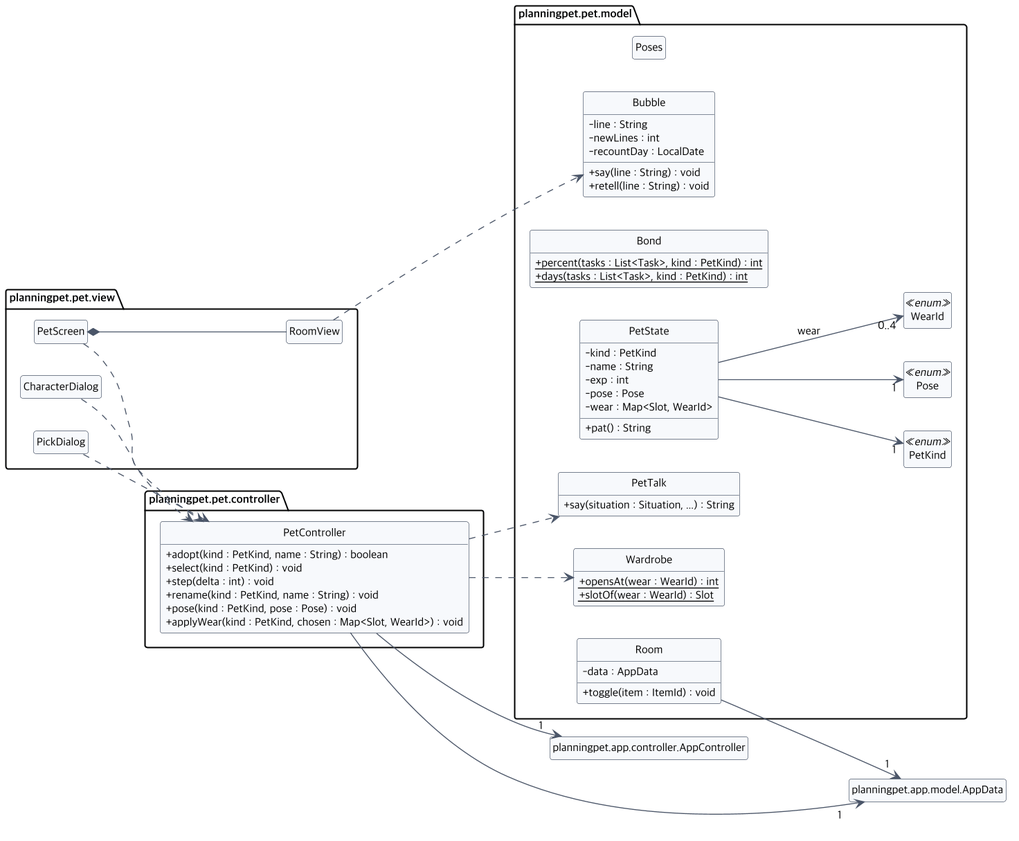
Before: docs/diagrams/class-pet.png, a diagram exported from PlantUML (2026-2-software-system-design-11/planning-pet-app).
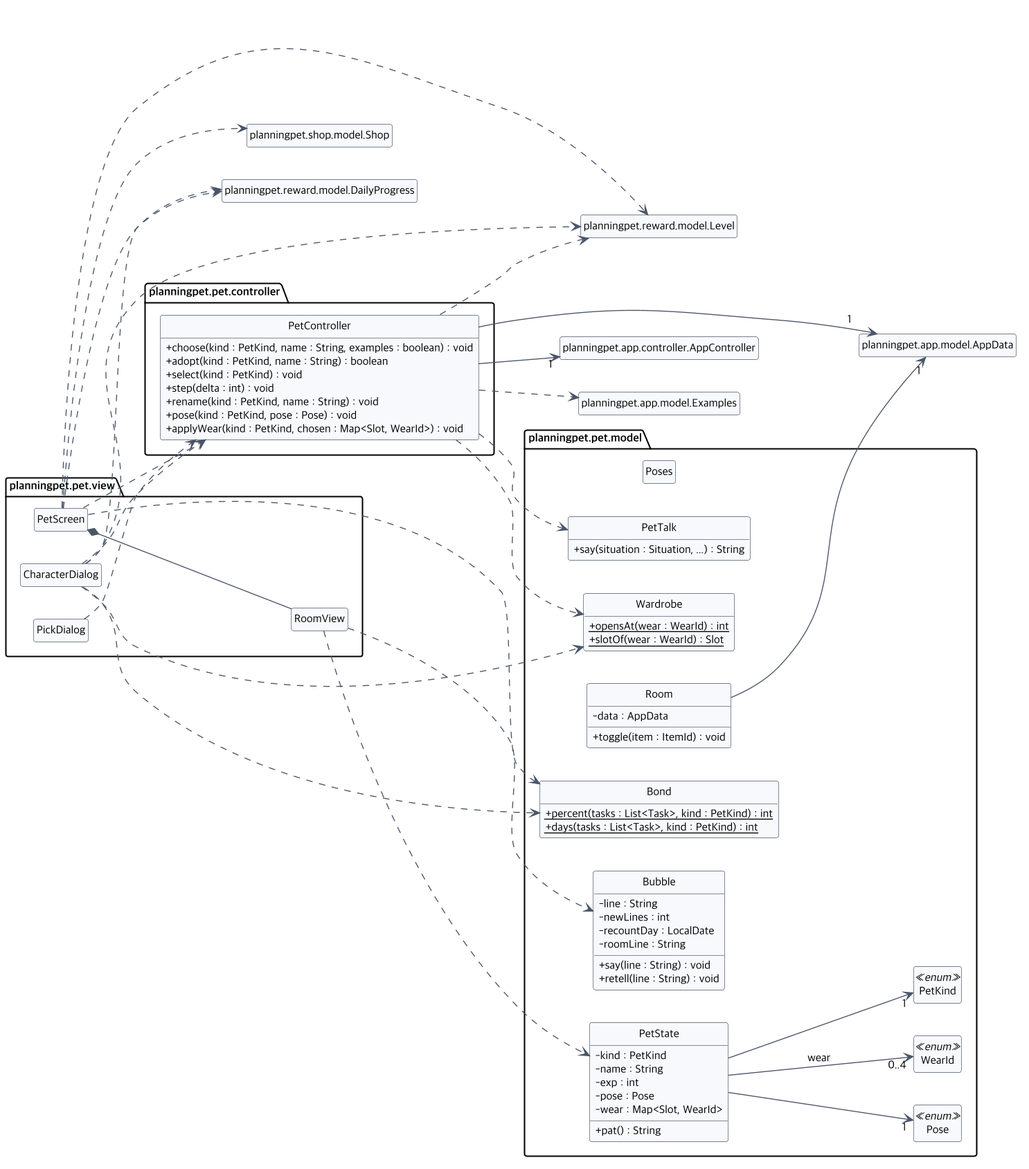
After the change.

Commit message:
docs(schedule): 07에 첫 실행 choose, 방 말풍선 roomLine과 펫 화면의 빠진 의존 더하기 (#296)

What changed in the source:
```diff
@@ -9,6 +9,7 @@
 }
 package planningpet.pet.controller {
   class PetController {
+    + choose(kind : PetKind, name : String, examples : boolean) : void
     + adopt(kind : PetKind, name : String) : boolean
     + select(kind : PetKind) : void
     + step(delta : int) : void
@@ -33,6 +34,7 @@
     - line : String
     - newLines : int
     - recountDay : LocalDate
+    - roomLine : String
     + say(line : String) : void
     + retell(line : String) : void
   }
@@ -58,6 +60,17 @@
 CharacterDialog ..> PetController
 PickDialog ..> PetController
 RoomView ..> Bubble
+RoomView ..> PetState
+PetScreen ..> Bond
+PetScreen ..> planningpet.reward.model.Level
+PetScreen ..> planningpet.reward.model.DailyProgress
+PetScreen ..> planningpet.shop.model.Shop
+CharacterDialog ..> Bond
+CharacterDialog ..> Wardrobe
+CharacterDialog ..> planningpet.reward.model.Level
+CharacterDialog ..> planningpet.reward.model.DailyProgress
+PetController ..> planningpet.reward.model.Level
+PetController ..> planningpet.app.model.Examples
 PetController --> "1" planningpet.app.controller.AppController
 PetController --> "1" planningpet.app.model.AppData
 PetController ..> Wardrobe
```
